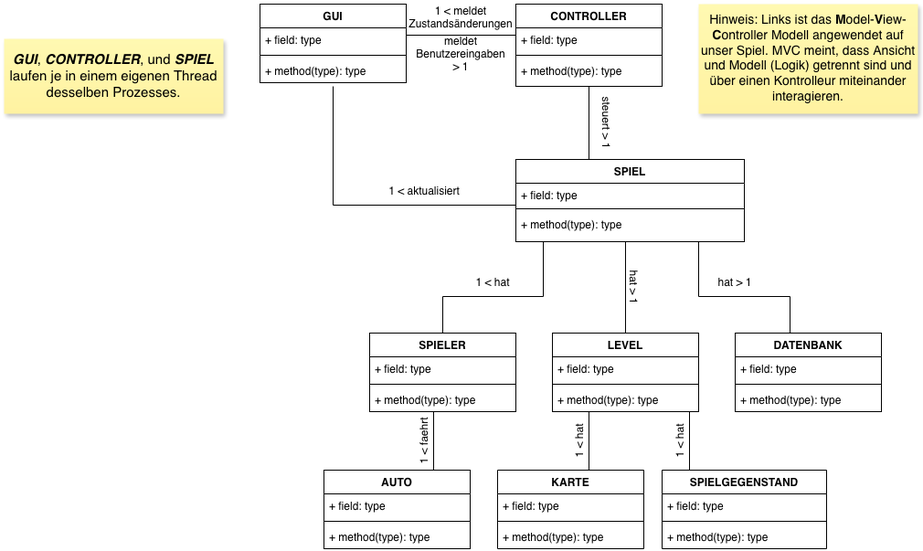
emaa10/info-q12 keeps this draw.io diagram as docs/klassendiagramm.png. Above is the earlier version. Source tidied: cells renumbered, new cells last; positions are measured from the earlier drawing's top-left corner, leaving out a move shared by most shapes.
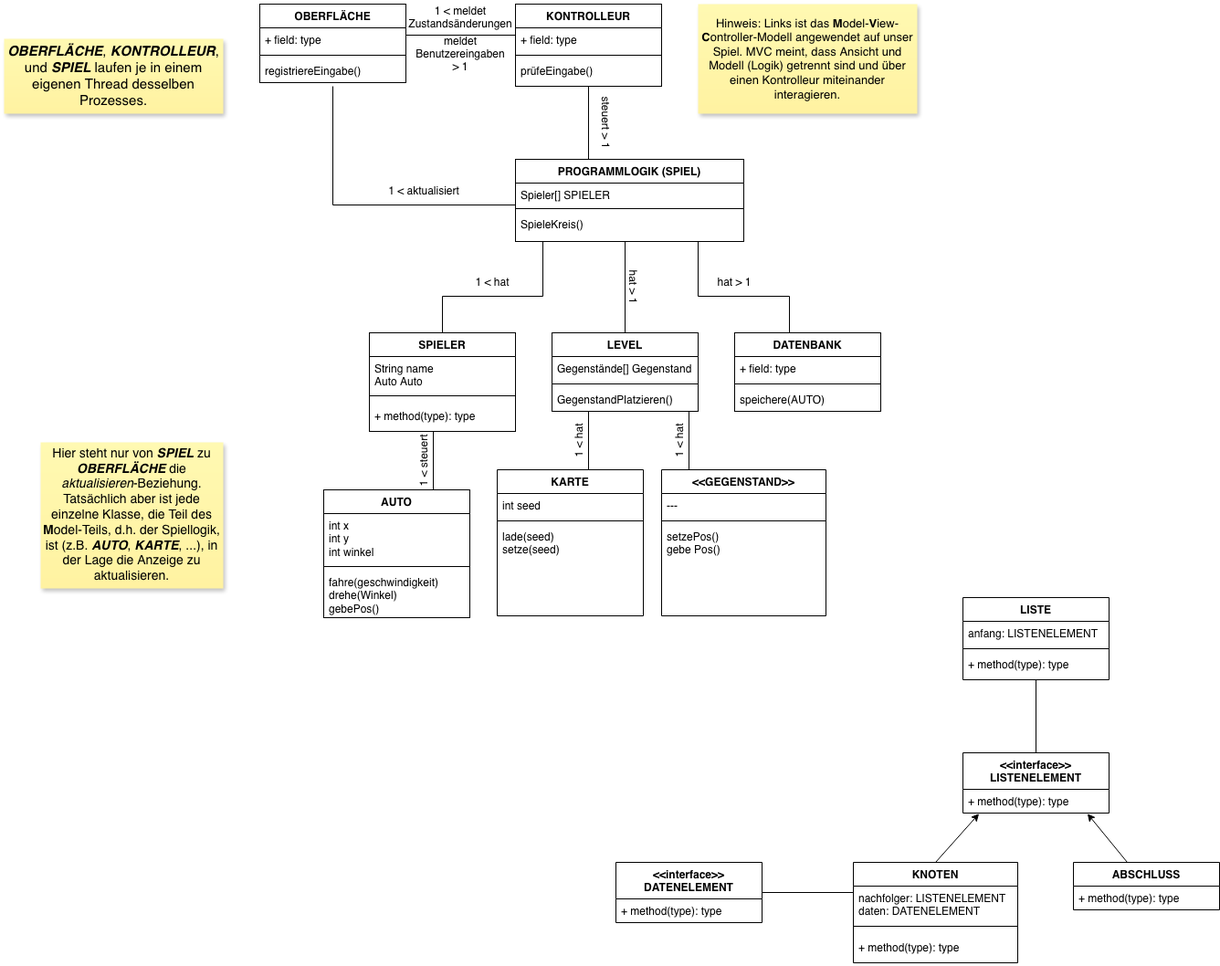
After the change.

Commit message:
Klassendiagramme aktualisiert

Diff of the diagram source:
```diff
@@ -4,3 +4,3 @@
     <mxCell id="1" parent="0" />
-    <mxCell id="2" value="GUI" style="swimlane;fontStyle=1;align=center;verticalAlign=top;horizontal=1;startSize=26;whiteSpace=wrap;html=1;" parent="1" vertex="1">
+    <mxCell id="2" value="OBERFLÄCHE" style="swimlane;fontStyle=1;align=center;verticalAlign=top;horizontal=1;startSize=26;whiteSpace=wrap;html=1;" parent="1" vertex="1">
       <mxGeometry x="280" width="160" height="86" as="geometry" />
@@ -13,6 +13,6 @@
     </mxCell>
-    <mxCell id="5" value="+ method(type): type" style="text;strokeColor=none;fillColor=none;align=left;verticalAlign=top;spacingLeft=4;spacingRight=4;overflow=hidden;whiteSpace=wrap;html=1;" parent="2" vertex="1">
+    <mxCell id="5" value="registriereEingabe()" style="text;strokeColor=none;fillColor=none;align=left;verticalAlign=top;spacingLeft=4;spacingRight=4;overflow=hidden;whiteSpace=wrap;html=1;" parent="2" vertex="1">
       <mxGeometry y="60" width="160" height="26" as="geometry" />
     </mxCell>
-    <mxCell id="6" value="CONTROLLER" style="swimlane;fontStyle=1;align=center;verticalAlign=top;horizontal=1;startSize=26;whiteSpace=wrap;html=1;" parent="1" vertex="1">
+    <mxCell id="6" value="KONTROLLEUR" style="swimlane;fontStyle=1;align=center;verticalAlign=top;horizontal=1;startSize=26;whiteSpace=wrap;html=1;" parent="1" vertex="1">
       <mxGeometry x="560" width="160" height="90" as="geometry" />
@@ -25,9 +25,9 @@
     </mxCell>
-    <mxCell id="9" value="+ method(type): type" style="text;strokeColor=none;fillColor=none;align=left;verticalAlign=top;spacingLeft=4;spacingRight=4;overflow=hidden;whiteSpace=wrap;html=1;" parent="6" vertex="1">
+    <mxCell id="9" value="prüfeEingabe()" style="text;strokeColor=none;fillColor=none;align=left;verticalAlign=top;spacingLeft=4;spacingRight=4;overflow=hidden;whiteSpace=wrap;html=1;" parent="6" vertex="1">
       <mxGeometry y="60" width="160" height="30" as="geometry" />
     </mxCell>
-    <mxCell id="10" value="SPIEL" style="swimlane;fontStyle=1;align=center;verticalAlign=top;horizontal=1;startSize=26;whiteSpace=wrap;html=1;" parent="1" vertex="1">
+    <mxCell id="10" value="PROGRAMMLOGIK (SPIEL)" style="swimlane;fontStyle=1;align=center;verticalAlign=top;horizontal=1;startSize=26;whiteSpace=wrap;html=1;" parent="1" vertex="1">
       <mxGeometry x="560" y="170" width="250" height="90" as="geometry" />
     </mxCell>
-    <mxCell id="11" value="+ field: type" style="text;strokeColor=none;fillColor=none;align=left;verticalAlign=top;spacingLeft=4;spacingRight=4;overflow=hidden;whiteSpace=wrap;html=1;" parent="10" vertex="1">
+    <mxCell id="11" value="Spieler[] SPIELER" style="text;strokeColor=none;fillColor=none;align=left;verticalAlign=top;spacingLeft=4;spacingRight=4;overflow=hidden;whiteSpace=wrap;html=1;" parent="10" vertex="1">
       <mxGeometry y="26" width="250" height="24" as="geometry" />
@@ -37,3 +37,3 @@
     </mxCell>
-    <mxCell id="13" value="+ method(type): type" style="text;strokeColor=none;fillColor=none;align=left;verticalAlign=top;spacingLeft=4;spacingRight=4;overflow=hidden;whiteSpace=wrap;html=1;" parent="10" vertex="1">
+    <mxCell id="13" value="SpieleKreis()" style="text;strokeColor=none;fillColor=none;align=left;verticalAlign=top;spacingLeft=4;spacingRight=4;overflow=hidden;whiteSpace=wrap;html=1;" parent="10" vertex="1">
       <mxGeometry y="58" width="250" height="32" as="geometry" />
@@ -65,24 +65,24 @@
     <mxCell id="22" value="SPIELER" style="swimlane;fontStyle=1;align=center;verticalAlign=top;horizontal=1;startSize=26;whiteSpace=wrap;html=1;" parent="1" vertex="1">
-      <mxGeometry x="400" y="360" width="160" height="86" as="geometry" />
+      <mxGeometry x="400" y="360" width="160" height="108" as="geometry" />
     </mxCell>
-    <mxCell id="23" value="+ field: type" style="text;strokeColor=none;fillColor=none;align=left;verticalAlign=top;spacingLeft=4;spacingRight=4;overflow=hidden;whiteSpace=wrap;html=1;" parent="22" vertex="1">
-      <mxGeometry y="26" width="160" height="26" as="geometry" />
+    <mxCell id="23" value="&lt;div&gt;String name&lt;/div&gt;&lt;div&gt;Auto Auto&lt;/div&gt;" style="text;strokeColor=none;fillColor=none;align=left;verticalAlign=top;spacingLeft=4;spacingRight=4;overflow=hidden;whiteSpace=wrap;html=1;" parent="22" vertex="1">
+      <mxGeometry y="26" width="160" height="34" as="geometry" />
     </mxCell>
     <mxCell id="24" style="line;strokeWidth=1;fillColor=none;align=left;verticalAlign=middle;spacingTop=-1;spacingLeft=3;spacingRight=3;labelPosition=right;strokeColor=inherit;" parent="22" vertex="1">
-      <mxGeometry y="52" width="160" height="8" as="geometry" />
+      <mxGeometry y="60" width="160" height="18" as="geometry" />
     </mxCell>
     <mxCell id="25" value="+ method(type): type" style="text;strokeColor=none;fillColor=none;align=left;verticalAlign=top;spacingLeft=4;spacingRight=4;overflow=hidden;whiteSpace=wrap;html=1;" parent="22" vertex="1">
-      <mxGeometry y="60" width="160" height="26" as="geometry" />
+      <mxGeometry y="78" width="160" height="30" as="geometry" />
     </mxCell>
     <mxCell id="26" value="AUTO" style="swimlane;fontStyle=1;align=center;verticalAlign=top;horizontal=1;startSize=26;whiteSpace=wrap;html=1;" parent="1" vertex="1">
-      <mxGeometry x="350" y="510" width="160" height="86" as="geometry" />
+      <mxGeometry x="350" y="532" width="160" height="140" as="geometry" />
     </mxCell>
-    <mxCell id="27" value="+ field: type" style="text;strokeColor=none;fillColor=none;align=left;verticalAlign=top;spacingLeft=4;spacingRight=4;overflow=hidden;whiteSpace=wrap;html=1;" parent="26" vertex="1">
-      <mxGeometry y="26" width="160" height="26" as="geometry" />
+    <mxCell id="27" value="&lt;div&gt;int x&lt;/div&gt;&lt;div&gt;int y&lt;/div&gt;&lt;div&gt;int winkel&lt;/div&gt;" style="text;strokeColor=none;fillColor=none;align=left;verticalAlign=top;spacingLeft=4;spacingRight=4;overflow=hidden;whiteSpace=wrap;html=1;" parent="26" vertex="1">
+      <mxGeometry y="26" width="160" height="54" as="geometry" />
     </mxCell>
     <mxCell id="28" style="line;strokeWidth=1;fillColor=none;align=left;verticalAlign=middle;spacingTop=-1;spacingLeft=3;spacingRight=3;labelPosition=right;strokeColor=inherit;" parent="26" vertex="1">
-      <mxGeometry y="52" width="160" height="8" as="geometry" />
+      <mxGeometry y="80" width="160" height="8" as="geometry" />
     </mxCell>
-    <mxCell id="29" value="+ method(type): type" style="text;strokeColor=none;fillColor=none;align=left;verticalAlign=top;spacingLeft=4;spacingRight=4;overflow=hidden;whiteSpace=wrap;html=1;" parent="26" vertex="1">
-      <mxGeometry y="60" width="160" height="26" as="geometry" />
+    <mxCell id="29" value="&lt;div&gt;fahre(geschwindigkeit)&lt;/div&gt;&lt;div&gt;drehe(Winkel)&lt;/div&gt;&lt;div&gt;gebePos()&lt;/div&gt;" style="text;strokeColor=none;fillColor=none;align=left;verticalAlign=top;spacingLeft=4;spacingRight=4;overflow=hidden;whiteSpace=wrap;html=1;" parent="26" vertex="1">
+      <mxGeometry y="88" width="160" height="52" as="geometry" />
     </mxCell>
@@ -91,3 +91,3 @@
     </mxCell>
-    <mxCell id="31" value="+ field: type" style="text;strokeColor=none;fillColor=none;align=left;verticalAlign=top;spacingLeft=4;spacingRight=4;overflow=hidden;whiteSpace=wrap;html=1;" parent="30" vertex="1">
+    <mxCell id="31" value="Gegenstände[] Gegenstand" style="text;strokeColor=none;fillColor=none;align=left;verticalAlign=top;spacingLeft=4;spacingRight=4;overflow=hidden;whiteSpace=wrap;html=1;" parent="30" vertex="1">
       <mxGeometry y="26" width="160" height="26" as="geometry" />
@@ -97,3 +97,3 @@
     </mxCell>
-    <mxCell id="33" value="+ method(type): type" style="text;strokeColor=none;fillColor=none;align=left;verticalAlign=top;spacingLeft=4;spacingRight=4;overflow=hidden;whiteSpace=wrap;html=1;" parent="30" vertex="1">
+    <mxCell id="33" value="GegenstandPlatzieren()" style="text;strokeColor=none;fillColor=none;align=left;verticalAlign=top;spacingLeft=4;spacingRight=4;overflow=hidden;whiteSpace=wrap;html=1;" parent="30" vertex="1">
       <mxGeometry y="60" width="160" height="26" as="geometry" />
@@ -109,3 +109,3 @@
     </mxCell>
-    <mxCell id="37" value="+ method(type): type" style="text;strokeColor=none;fillColor=none;align=left;verticalAlign=top;spacingLeft=4;spacingRight=4;overflow=hidden;whiteSpace=wrap;html=1;" parent="34" vertex="1">
+    <mxCell id="37" value="speichere(AUTO)" style="text;strokeColor=none;fillColor=none;align=left;verticalAlign=top;spacingLeft=4;spacingRight=4;overflow=hidden;whiteSpace=wrap;html=1;" parent="34" vertex="1">
       <mxGeometry y="60" width="160" height="26" as="geometry" />
@@ -134,3 +134,3 @@
     <mxCell id="45" style="line;strokeWidth=1;fillColor=none;align=left;verticalAlign=middle;spacingTop=-1;spacingLeft=3;spacingRight=3;labelPosition=right;strokeColor=inherit;direction=north;" parent="1" vertex="1">
-      <mxGeometry x="460" y="446" width="20" height="64" as="geometry" />
+      <mxGeometry x="460" y="468" width="20" height="64" as="geometry" />
     </mxCell>
@@ -145,12 +145,9 @@
     </mxCell>
-    <mxCell id="49" value="1 &amp;lt; faehrt" style="text;html=1;whiteSpace=wrap;strokeColor=none;fillColor=none;align=center;verticalAlign=middle;rounded=0;rotation=-90;direction=west;" parent="1" vertex="1">
-      <mxGeometry x="430" y="463" width="60" height="30" as="geometry" />
-    </mxCell>
-    <mxCell id="50" value="Hinweis: Links ist das&amp;nbsp;&lt;b&gt;M&lt;/b&gt;odel-&lt;b&gt;V&lt;/b&gt;iew-&lt;b&gt;C&lt;/b&gt;ontroller Modell angewendet auf unser Spiel. MVC meint, dass Ansicht und Modell (Logik) getrennt sind und über einen Kontrolleur miteinander interagieren." style="shape=note;whiteSpace=wrap;html=1;backgroundOutline=1;autosizeText=1;fontColor=#000000;darkOpacity=0.05;fillColor=#FFF9B2;strokeColor=none;fillStyle=solid;fontSize=14;direction=west;gradientDirection=north;gradientColor=#FFF2A1;shadow=1;size=0;" parent="1" vertex="1">
+    <mxCell id="50" value="Hinweis: Links ist das&amp;nbsp;&lt;b&gt;M&lt;/b&gt;odel-&lt;b&gt;V&lt;/b&gt;iew-&lt;b&gt;C&lt;/b&gt;ontroller-Modell angewendet auf unser Spiel. MVC meint, dass Ansicht und Modell (Logik) getrennt sind und über einen Kontrolleur miteinander interagieren." style="shape=note;whiteSpace=wrap;html=1;backgroundOutline=1;autosizeText=1;fontColor=#000000;darkOpacity=0.05;fillColor=#FFF9B2;strokeColor=none;fillStyle=solid;fontSize=13;direction=west;gradientDirection=north;gradientColor=#FFF2A1;shadow=1;size=0;" parent="1" vertex="1">
       <mxGeometry x="760" width="240" height="120" as="geometry" />
     </mxCell>
-    <mxCell id="51" value="SPIELGEGENSTAND" style="swimlane;fontStyle=1;align=center;verticalAlign=top;horizontal=1;startSize=26;whiteSpace=wrap;html=1;" parent="1" vertex="1">
-      <mxGeometry x="720" y="510" width="180" height="86" as="geometry" />
+    <mxCell id="51" value="&amp;lt;&amp;lt;GEGENSTAND&amp;gt;&amp;gt;" style="swimlane;fontStyle=1;align=center;verticalAlign=top;horizontal=1;startSize=26;whiteSpace=wrap;html=1;" parent="1" vertex="1">
+      <mxGeometry x="720" y="510" width="180" height="160" as="geometry" />
     </mxCell>
-    <mxCell id="52" value="+ field: type" style="text;strokeColor=none;fillColor=none;align=left;verticalAlign=top;spacingLeft=4;spacingRight=4;overflow=hidden;whiteSpace=wrap;html=1;" parent="51" vertex="1">
+    <mxCell id="52" value="---" style="text;strokeColor=none;fillColor=none;align=left;verticalAlign=top;spacingLeft=4;spacingRight=4;overflow=hidden;whiteSpace=wrap;html=1;" parent="51" vertex="1">
       <mxGeometry y="26" width="180" height="26" as="geometry" />
@@ -160,9 +157,9 @@
     </mxCell>
-    <mxCell id="54" value="+ method(type): type" style="text;strokeColor=none;fillColor=none;align=left;verticalAlign=top;spacingLeft=4;spacingRight=4;overflow=hidden;whiteSpace=wrap;html=1;" parent="51" vertex="1">
-      <mxGeometry y="60" width="180" height="26" as="geometry" />
+    <mxCell id="54" value="&lt;div&gt;setzePos()&lt;/div&gt;&lt;div&gt;gebe Pos()&lt;/div&gt;" style="text;strokeColor=none;fillColor=none;align=left;verticalAlign=top;spacingLeft=4;spacingRight=4;overflow=hidden;whiteSpace=wrap;html=1;" parent="51" vertex="1">
+      <mxGeometry y="60" width="180" height="100" as="geometry" />
     </mxCell>
     <mxCell id="55" value="KARTE" style="swimlane;fontStyle=1;align=center;verticalAlign=top;horizontal=1;startSize=26;whiteSpace=wrap;html=1;" parent="1" vertex="1">
-      <mxGeometry x="540" y="510" width="160" height="86" as="geometry" />
+      <mxGeometry x="540" y="510" width="160" height="160" as="geometry" />
     </mxCell>
-    <mxCell id="56" value="+ field: type" style="text;strokeColor=none;fillColor=none;align=left;verticalAlign=top;spacingLeft=4;spacingRight=4;overflow=hidden;whiteSpace=wrap;html=1;" parent="55" vertex="1">
+    <mxCell id="56" value="int seed" style="text;strokeColor=none;fillColor=none;align=left;verticalAlign=top;spacingLeft=4;spacingRight=4;overflow=hidden;whiteSpace=wrap;html=1;" parent="55" vertex="1">
       <mxGeometry y="26" width="160" height="26" as="geometry" />
@@ -172,4 +169,4 @@
     </mxCell>
-    <mxCell id="58" value="+ method(type): type" style="text;strokeColor=none;fillColor=none;align=left;verticalAlign=top;spacingLeft=4;spacingRight=4;overflow=hidden;whiteSpace=wrap;html=1;" parent="55" vertex="1">
-      <mxGeometry y="60" width="160" height="26" as="geometry" />
+    <mxCell id="58" value="&lt;div&gt;lade(seed)&lt;/div&gt;&lt;div&gt;setze(seed)&lt;/div&gt;" style="text;strokeColor=none;fillColor=none;align=left;verticalAlign=top;spacingLeft=4;spacingRight=4;overflow=hidden;whiteSpace=wrap;html=1;" parent="55" vertex="1">
+      <mxGeometry y="60" width="160" height="100" as="geometry" />
     </mxCell>
@@ -187,5 +184,69 @@
     </mxCell>
-    <mxCell id="63" value="&lt;b&gt;&lt;i&gt;GUI&lt;/i&gt;&lt;/b&gt;, &lt;b&gt;&lt;i&gt;CONTROLLER&lt;/i&gt;&lt;/b&gt;, und &lt;b&gt;&lt;i&gt;SPIEL&lt;/i&gt;&lt;/b&gt; laufen je in einem eigenen Thread desselben Prozesses." style="shape=note;whiteSpace=wrap;html=1;backgroundOutline=1;autosizeText=1;fontColor=#000000;darkOpacity=0.05;fillColor=#FFF9B2;strokeColor=none;fillStyle=solid;fontSize=15;direction=west;gradientDirection=north;gradientColor=#FFF2A1;shadow=1;size=0;" parent="1" vertex="1">
+    <mxCell id="63" value="&lt;b&gt;&lt;i&gt;OBERFLÄCHE&lt;/i&gt;&lt;/b&gt;, &lt;b&gt;&lt;i&gt;KONTROLLEUR&lt;/i&gt;&lt;/b&gt;, und &lt;b&gt;&lt;i&gt;SPIEL&lt;/i&gt;&lt;/b&gt; laufen je in einem eigenen Thread desselben Prozesses." style="shape=note;whiteSpace=wrap;html=1;backgroundOutline=1;autosizeText=1;fontColor=#000000;darkOpacity=0.05;fillColor=#FFF9B2;strokeColor=none;fillStyle=solid;fontSize=15;direction=west;gradientDirection=north;gradientColor=#FFF2A1;shadow=1;size=0;" parent="1" vertex="1">
       <mxGeometry y="38" width="240" height="82" as="geometry" />
     </mxCell>
+    <mxCell id="49" value="1 &amp;lt; steuert" style="text;html=1;whiteSpace=wrap;strokeColor=none;fillColor=none;align=center;verticalAlign=middle;rounded=0;rotation=-90;direction=west;" parent="1" vertex="1">
+      <mxGeometry x="380" y="485" width="160" height="30" as="geometry" />
+    </mxCell>
+    <mxCell id="64" value="Hier steht nur von &lt;b&gt;&lt;i&gt;SPIEL&lt;/i&gt;&lt;/b&gt; zu &lt;b&gt;&lt;i&gt;OBERFLÄCHE&lt;/i&gt;&lt;/b&gt;&amp;nbsp;die &lt;i&gt;aktualisieren&lt;/i&gt;-Beziehung. Tatsächlich aber ist jede einzelne Klasse, die Teil des &lt;b&gt;M&lt;/b&gt;odel-Teils, d.h. der Spiellogik, ist (z.B. &lt;i&gt;&lt;b&gt;AUTO&lt;/b&gt;&lt;/i&gt;, &lt;b&gt;&lt;i&gt;KARTE&lt;/i&gt;&lt;/b&gt;, ...), in der Lage die Anzeige zu aktualisieren." style="shape=note;whiteSpace=wrap;html=1;backgroundOutline=1;autosizeText=1;fontColor=#000000;darkOpacity=0.05;fillColor=#FFF9B2;strokeColor=none;fillStyle=solid;fontSize=14;direction=west;gradientDirection=north;gradientColor=#FFF2A1;shadow=1;size=0;" parent="1" vertex="1">
+      <mxGeometry x="40" y="480" width="200" height="160" as="geometry" />
+    </mxCell>
+    <mxCell id="65" value="LISTE" style="swimlane;fontStyle=1;align=center;verticalAlign=top;horizontal=1;startSize=26;whiteSpace=wrap;html=1;" parent="1" vertex="1">
+      <mxGeometry x="1050" y="650" width="160" height="90" as="geometry" />
+    </mxCell>
+    <mxCell id="66" value="anfang: LISTENELEMENT" style="text;strokeColor=none;fillColor=none;align=left;verticalAlign=top;spacingLeft=4;spacingRight=4;overflow=hidden;whiteSpace=wrap;html=1;" parent="65" vertex="1">
+      <mxGeometry y="26" width="160" height="26" as="geometry" />
+    </mxCell>
+    <mxCell id="67" style="line;strokeWidth=1;fillColor=none;align=left;verticalAlign=middle;spacingTop=-1;spacingLeft=3;spacingRight=3;labelPosition=right;strokeColor=inherit;" parent="65" vertex="1">
+      <mxGeometry y="52" width="160" height="8" as="geometry" />
+    </mxCell>
+    <mxCell id="68" value="+ method(type): type" style="text;strokeColor=none;fillColor=none;align=left;verticalAlign=top;spacingLeft=4;spacingRight=4;overflow=hidden;whiteSpace=wrap;html=1;" parent="65" vertex="1">
+      <mxGeometry y="60" width="160" height="30" as="geometry" />
+    </mxCell>
+    <mxCell id="69" value="&amp;lt;&amp;lt;interface&amp;gt;&amp;gt;&lt;br&gt;LISTENELEMENT" style="swimlane;fontStyle=1;align=center;verticalAlign=top;horizontal=1;startSize=40;whiteSpace=wrap;html=1;" parent="1" vertex="1">
+      <mxGeometry x="1050" y="820" width="160" height="66" as="geometry" />
+    </mxCell>
+    <mxCell id="70" value="+ method(type): type" style="text;strokeColor=none;fillColor=none;align=left;verticalAlign=top;spacingLeft=4;spacingRight=4;overflow=hidden;points=[[0,0.5],[1,0.5]];portConstraint=eastwest;whiteSpace=wrap;html=1;" parent="69" vertex="1">
+      <mxGeometry y="40" width="160" height="26" as="geometry" />
+    </mxCell>
+    <mxCell id="71" value="KNOTEN" style="swimlane;fontStyle=1;align=center;verticalAlign=top;horizontal=1;startSize=26;whiteSpace=wrap;html=1;" parent="1" vertex="1">
+      <mxGeometry x="930" y="940" width="180" height="110" as="geometry" />
+    </mxCell>
+    <mxCell id="72" value="&lt;div&gt;nachfolger: LISTENELEMENT&lt;/div&gt;&lt;div&gt;daten: DATENELEMENT&lt;/div&gt;" style="text;strokeColor=none;fillColor=none;align=left;verticalAlign=top;spacingLeft=4;spacingRight=4;overflow=hidden;whiteSpace=wrap;html=1;" parent="71" vertex="1">
+      <mxGeometry y="26" width="180" height="34" as="geometry" />
+    </mxCell>
+    <mxCell id="73" style="line;strokeWidth=1;fillColor=none;align=left;verticalAlign=middle;spacingTop=-1;spacingLeft=3;spacingRight=3;labelPosition=right;strokeColor=inherit;" parent="71" vertex="1">
+      <mxGeometry y="60" width="180" height="20" as="geometry" />
+    </mxCell>
+    <mxCell id="74" value="+ method(type): type" style="text;strokeColor=none;fillColor=none;align=left;verticalAlign=top;spacingLeft=4;spacingRight=4;overflow=hidden;whiteSpace=wrap;html=1;" parent="71" vertex="1">
+      <mxGeometry y="80" width="180" height="30" as="geometry" />
+    </mxCell>
+    <mxCell id="75" value="ABSCHLUSS" style="swimlane;fontStyle=1;align=center;verticalAlign=top;horizontal=1;startSize=26;whiteSpace=wrap;html=1;" parent="1" vertex="1">
+      <mxGeometry x="1171" y="940" width="160" height="52" as="geometry" />
+    </mxCell>
+    <mxCell id="76" value="+ method(type): type" style="text;strokeColor=none;fillColor=none;align=left;verticalAlign=top;spacingLeft=4;spacingRight=4;overflow=hidden;whiteSpace=wrap;html=1;" parent="75" vertex="1">
+      <mxGeometry y="26" width="160" height="26" as="geometry" />
+    </mxCell>
+    <mxCell id="77" value="&amp;lt;&amp;lt;interface&amp;gt;&amp;gt;&lt;br&gt;DATENELEMENT" style="swimlane;fontStyle=1;align=center;verticalAlign=top;horizontal=1;startSize=40;whiteSpace=wrap;html=1;" parent="1" vertex="1">
+      <mxGeometry x="670" y="940" width="160" height="66" as="geometry" />
+    </mxCell>
+    <mxCell id="78" value="+ method(type): type" style="text;strokeColor=none;fillColor=none;align=left;verticalAlign=top;spacingLeft=4;spacingRight=4;overflow=hidden;whiteSpace=wrap;html=1;" parent="77" vertex="1">
+      <mxGeometry y="40" width="160" height="26" as="geometry" />
+    </mxCell>
+    <mxCell id="79" style="line;strokeWidth=1;fillColor=none;align=left;verticalAlign=middle;spacingTop=-1;spacingLeft=3;spacingRight=3;labelPosition=right;strokeColor=inherit;direction=south;" parent="1" vertex="1">
+      <mxGeometry x="1125" y="740" width="10" height="80" as="geometry" />
+    </mxCell>
+    <mxCell id="80" style="endArrow=classic;html=1;rounded=0;entryX=0.11;entryY=1.026;entryDx=0;entryDy=0;entryPerimeter=0;" parent="1" edge="1" target="70">
+      <mxGeometry relative="1" as="geometry">
+        <mxPoint x="1020" y="940" as="sourcePoint" />
+      </mxGeometry>
+    </mxCell>
+    <mxCell id="81" style="endArrow=classic;html=1;rounded=0;entryX=0.852;entryY=1.026;entryDx=0;entryDy=0;entryPerimeter=0;" parent="1" edge="1" target="70">
+      <mxGeometry relative="1" as="geometry">
+        <mxPoint x="1230" y="940" as="sourcePoint" />
+      </mxGeometry>
+    </mxCell>
+    <mxCell id="82" style="line;strokeWidth=1;fillColor=none;align=left;verticalAlign=middle;spacingTop=-1;spacingLeft=3;spacingRight=3;labelPosition=right;strokeColor=inherit;direction=west;" parent="1" vertex="1">
+      <mxGeometry x="830" y="968" width="100" height="10" as="geometry" />
+    </mxCell>
   </root>
```
